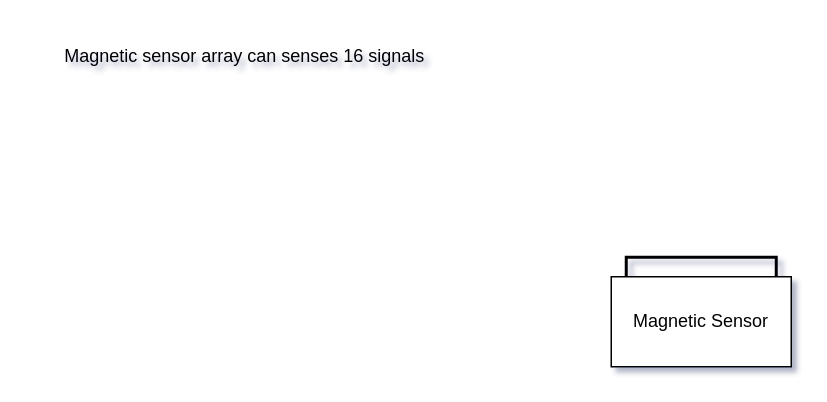
Above: Untitled Diagram.drawio in x-dl/git (draw.io), before the change. Source tidied: cells renumbered, new cells numbered last; positions are measured from the earlier drawing's top-left corner, leaving out a move shared by most shapes. Both pictures are drawn from the tidied source at 150%, with x=0, y=0 at pixel (26, 42).
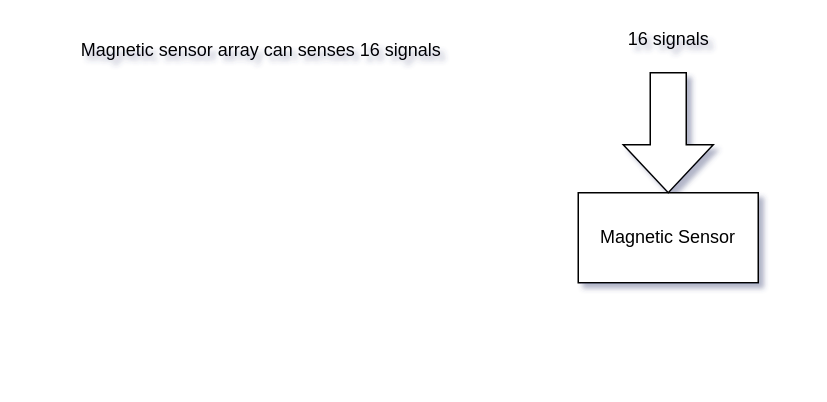
The same page after the edit.

What changed in the source:
```diff
@@
 <mxGraphModel shadow="1">
   <root>
     <mxCell id="0" />
     <mxCell id="1" parent="0" />
     <mxCell id="2" value="Magnetic Sensor&lt;br&gt;" style="whiteSpace=wrap;html=1;" parent="1" vertex="1">
-      <mxGeometry x="390" y="156" width="120" height="60" as="geometry" />
+      <mxGeometry x="368" y="100" width="120" height="60" as="geometry" />
     </mxCell>
     <mxCell id="3" value="Magnetic sensor array can senses 16 signals&amp;nbsp;" style="text;html=1;align=center;verticalAlign=middle;strokeColor=none;fillColor=none;" parent="1" vertex="1">
-      <mxGeometry width="294" height="18" as="geometry" />
+      <mxGeometry x="11" y="-4" width="294" height="18" as="geometry" />
     </mxCell>
-    <mxCell id="4" style="strokeWidth=2;html=1;shape=mxgraph.flowchart.annotation_1;align=left;direction=south;" parent="1" vertex="1">
-      <mxGeometry x="400" y="143" width="100" height="13" as="geometry" />
-    </mxCell>
+    <mxCell id="5" style="shape=singleArrow;whiteSpace=wrap;html=1;arrowWidth=0.4;arrowSize=0.4;direction=south;" parent="1" vertex="1">
+      <mxGeometry x="398" y="20" width="60" height="80" as="geometry" />
+    </mxCell>
+    <mxCell id="6" value="16 signals" style="text;html=1;align=center;verticalAlign=middle;strokeColor=none;fillColor=none;" parent="1" vertex="1">
+      <mxGeometry x="391.5" y="-11" width="73" height="18" as="geometry" />
+    </mxCell>
   </root>
 </mxGraphModel>
```
